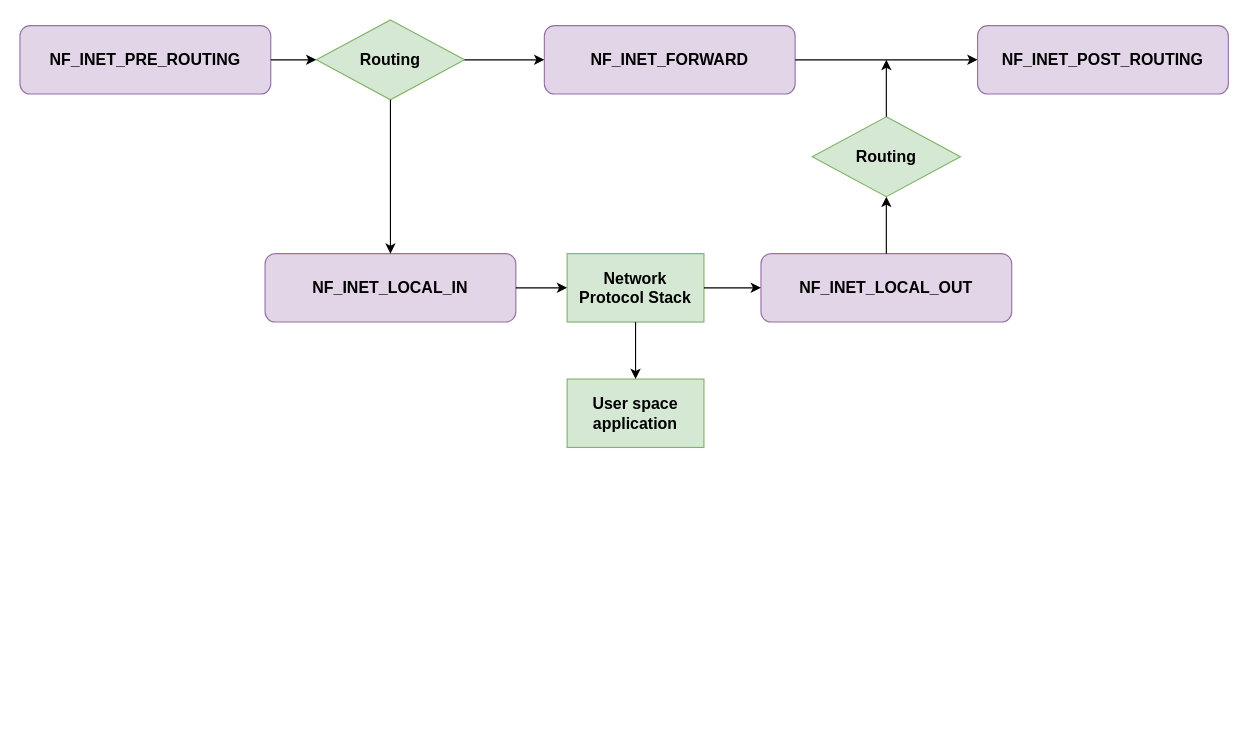
Above: netfilter.drawio in baoqger/drawing.io (draw.io), before the change. Source tidied: cells renumbered, new cells numbered last; positions are measured from the earlier drawing's top-left corner, leaving out a move shared by most shapes. Both pictures are drawn from the tidied source at 114%, with x=0, y=0 at pixel (19, 19).
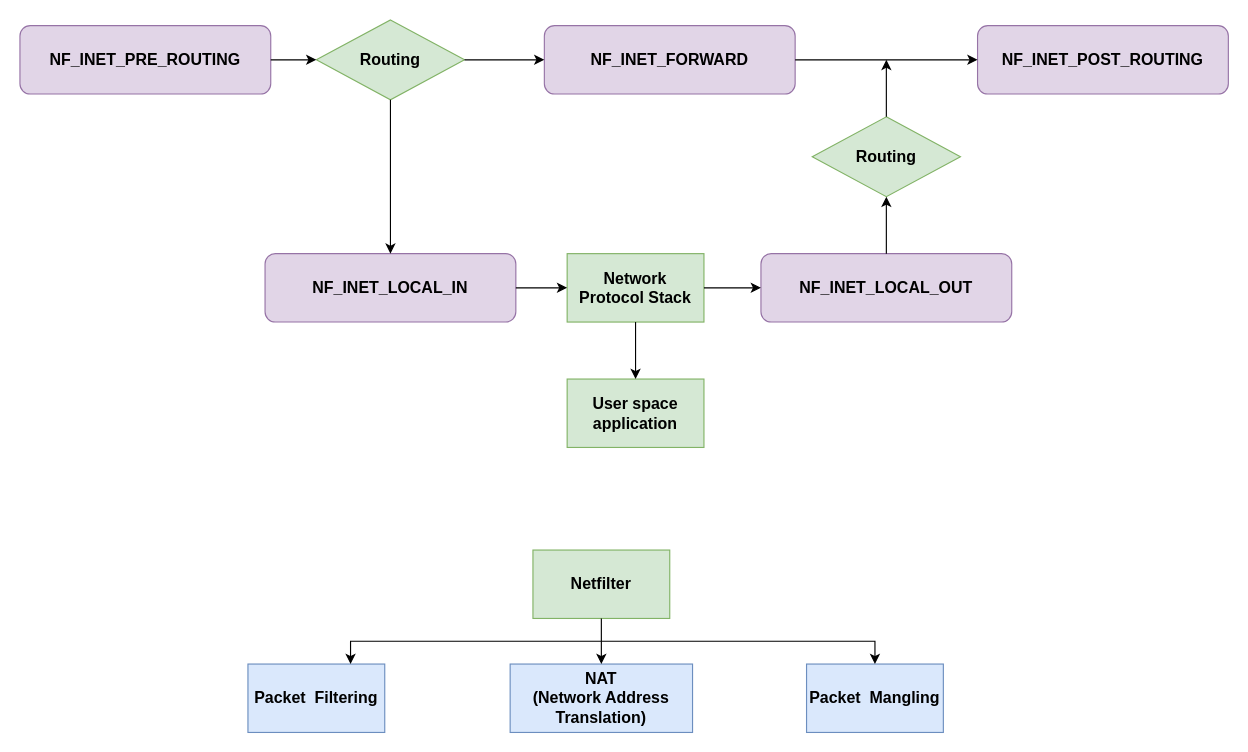
Above is the later version.

The edit, as a diff of the source:
```diff
@@
+    <mxCell id="20" value="Netfilter" style="rounded=0;whiteSpace=wrap;html=1;fillColor=#d5e8d4;strokeColor=#82b366;fontStyle=1;fontSize=14;" parent="1" vertex="1">
+      <mxGeometry x="450" y="465" width="120" height="60" as="geometry" />
+    </mxCell>
+    <mxCell id="21" value="Packet&amp;nbsp; Filtering" style="rounded=0;whiteSpace=wrap;html=1;fillColor=#dae8fc;strokeColor=#6c8ebf;fontStyle=1;fontSize=14;" parent="1" vertex="1">
+      <mxGeometry x="200" y="565" width="120" height="60" as="geometry" />
+    </mxCell>
+    <mxCell id="22" value="NAT&lt;br&gt;(Network Address Translation)" style="rounded=0;whiteSpace=wrap;html=1;fillColor=#dae8fc;strokeColor=#6c8ebf;fontStyle=1;fontSize=14;" parent="1" vertex="1">
+      <mxGeometry x="430" y="565" width="160" height="60" as="geometry" />
+    </mxCell>
+    <mxCell id="23" value="Packet&amp;nbsp; Mangling" style="rounded=0;whiteSpace=wrap;html=1;fillColor=#dae8fc;strokeColor=#6c8ebf;fontStyle=1;fontSize=14;" parent="1" vertex="1">
+      <mxGeometry x="690" y="565" width="120" height="60" as="geometry" />
+    </mxCell>
+    <mxCell id="24" style="endArrow=classic;html=1;rounded=0;fontSize=14;exitX=0.5;exitY=1;exitDx=0;exitDy=0;entryX=0.5;entryY=0;entryDx=0;entryDy=0;" parent="1" edge="1" source="20" target="22">
+      <mxGeometry relative="1" as="geometry" />
+    </mxCell>
+    <mxCell id="25" style="endArrow=classic;html=1;rounded=0;fontSize=14;entryX=0.75;entryY=0;entryDx=0;entryDy=0;" parent="1" edge="1" target="21">
+      <mxGeometry relative="1" as="geometry">
+        <mxPoint x="510" y="545" as="sourcePoint" />
+        <Array as="points">
+          <mxPoint x="290" y="545" />
+        </Array>
+      </mxGeometry>
+    </mxCell>
+    <mxCell id="26" style="endArrow=classic;html=1;rounded=0;fontSize=14;entryX=0.5;entryY=0;entryDx=0;entryDy=0;" parent="1" edge="1" target="23">
+      <mxGeometry relative="1" as="geometry">
+        <mxPoint x="510" y="545" as="sourcePoint" />
+        <Array as="points">
+          <mxPoint x="750" y="545" />
+        </Array>
+      </mxGeometry>
+    </mxCell>
```
